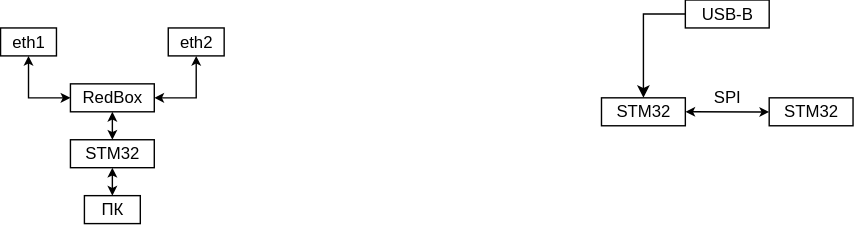
Above: PRP.drawio.svg in Andrianov-Daniil/Block_Diagram (draw.io), before the change. Source tidied: cells renumbered, new cells last; positions are measured from the earlier drawing's top-left corner, leaving out a move shared by most shapes.
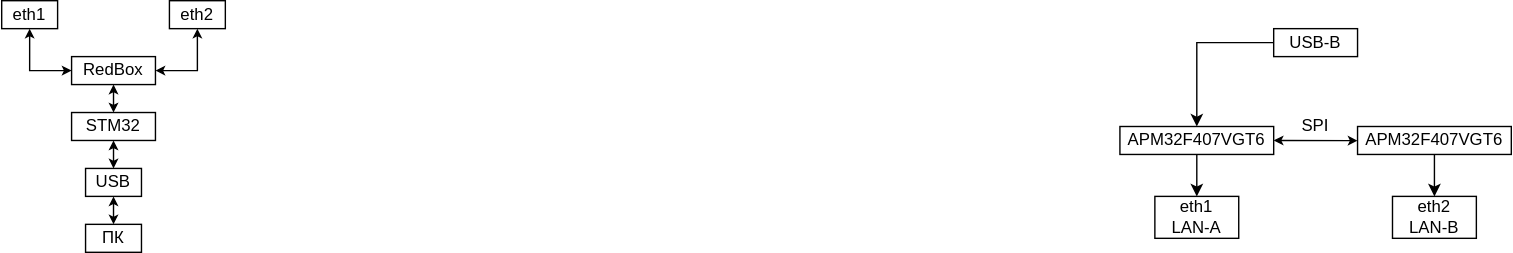
The same diagram one commit later.

Diff of the diagram source:
```diff
@@ -34,32 +34,50 @@
     <mxCell id="9" value="RedBox" style="rounded=0;whiteSpace=wrap;html=1;" parent="1" vertex="1">
       <mxGeometry x="50" y="60" width="60" height="20" as="geometry" />
     </mxCell>
-    <mxCell id="10" value="ПК" style="rounded=0;whiteSpace=wrap;html=1;" parent="1" vertex="1">
+    <mxCell id="10" value="USB" style="rounded=0;whiteSpace=wrap;html=1;" parent="1" vertex="1">
       <mxGeometry x="60" y="140" width="40" height="20" as="geometry" />
     </mxCell>
+    <mxCell id="17" style="edgeStyle=none;rounded=0;jettySize=auto;html=1;entryX=0.5;entryY=0;entryDx=0;entryDy=0;" parent="1" edge="1" source="11" target="20">
+      <mxGeometry relative="1" as="geometry" />
+    </mxCell>
-    <mxCell id="11" value="STM32" style="rounded=0;whiteSpace=wrap;html=1;" parent="1" vertex="1">
-      <mxGeometry x="430" y="70" width="60" height="20" as="geometry" />
+    <mxCell id="11" value="APM32F407VGT6" style="rounded=0;whiteSpace=wrap;html=1;" parent="1" vertex="1">
+      <mxGeometry x="800" y="110" width="110" height="20" as="geometry" />
     </mxCell>
-    <mxCell id="12" value="STM32" style="rounded=0;whiteSpace=wrap;html=1;" parent="1" vertex="1">
-      <mxGeometry x="550" y="70" width="60" height="20" as="geometry" />
-    </mxCell>
     <mxCell id="13" style="edgeStyle=none;rounded=0;jettySize=auto;html=1;entryX=-0.044;entryY=0.51;entryDx=0;entryDy=0;entryPerimeter=0;exitX=1;exitY=0.5;exitDx=0;exitDy=0;startArrow=classic;startFill=1;startSize=4;endSize=4;" parent="1" edge="1" source="11">
       <mxGeometry relative="1" as="geometry">
-        <mxPoint x="550" y="80.1" as="targetPoint" />
+        <mxPoint x="970" y="120.1" as="targetPoint" />
       </mxGeometry>
     </mxCell>
     <mxCell id="14" value="SPI" style="text;html=1;whiteSpace=wrap;strokeColor=none;fillColor=none;align=center;verticalAlign=middle;rounded=0;" parent="1" vertex="1">
-      <mxGeometry x="490" y="55" width="60" height="30" as="geometry" />
+      <mxGeometry x="910" y="95" width="60" height="30" as="geometry" />
     </mxCell>
     <mxCell id="15" style="edgeStyle=none;rounded=0;jettySize=auto;html=1;entryX=0.5;entryY=0;entryDx=0;entryDy=0;" parent="1" edge="1" source="16" target="11">
       <mxGeometry relative="1" as="geometry">
         <Array as="points">
-          <mxPoint x="460" y="10" />
+          <mxPoint x="855" y="50" />
         </Array>
       </mxGeometry>
     </mxCell>
     <mxCell id="16" value="USB-B" style="rounded=0;whiteSpace=wrap;html=1;" parent="1" vertex="1">
-      <mxGeometry x="490" width="60" height="20" as="geometry" />
+      <mxGeometry x="910" y="40" width="60" height="20" as="geometry" />
     </mxCell>
+    <mxCell id="18" value="ПК" style="rounded=0;whiteSpace=wrap;html=1;" parent="1" vertex="1">
+      <mxGeometry x="60" y="180" width="40" height="20" as="geometry" />
+    </mxCell>
+    <mxCell id="19" style="edgeStyle=none;rounded=0;jettySize=auto;html=1;entryX=0.5;entryY=0;entryDx=0;entryDy=0;startArrow=classic;startFill=1;startSize=4;endSize=4;exitX=0.5;exitY=1;exitDx=0;exitDy=0;" parent="1" edge="1" source="10" target="18">
+      <mxGeometry relative="1" as="geometry" />
+    </mxCell>
+    <mxCell id="20" value="eth1&lt;br&gt;LAN-A" style="rounded=0;whiteSpace=wrap;html=1;" parent="1" vertex="1">
+      <mxGeometry x="825" y="160" width="60" height="30" as="geometry" />
+    </mxCell>
+    <mxCell id="21" value="eth2&lt;br&gt;LAN-B" style="rounded=0;whiteSpace=wrap;html=1;" parent="1" vertex="1">
+      <mxGeometry x="995" y="160" width="60" height="30" as="geometry" />
+    </mxCell>
+    <mxCell id="22" value="APM32F407VGT6" style="rounded=0;whiteSpace=wrap;html=1;" parent="1" vertex="1">
+      <mxGeometry x="970" y="110" width="110" height="20" as="geometry" />
+    </mxCell>
+    <mxCell id="23" style="edgeStyle=none;rounded=0;jettySize=auto;html=1;entryX=0.5;entryY=0;entryDx=0;entryDy=0;" parent="1" edge="1" source="22" target="21">
+      <mxGeometry relative="1" as="geometry" />
+    </mxCell>
   </root>
 </mxGraphModel>
```
